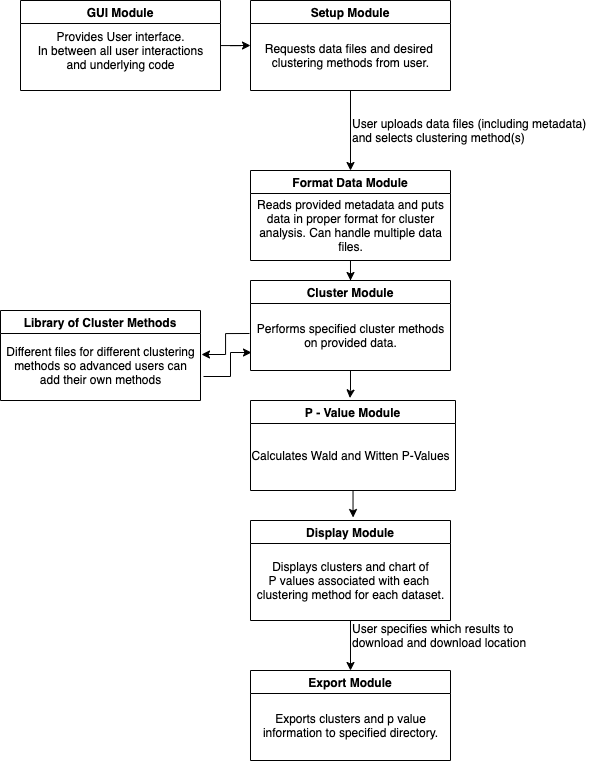
CarsonJM/cluster_pval keeps this draw.io diagram as doc/Component_Diagram.png. Above is the earlier version. Source tidied: cells renumbered, new cells last; positions are measured from the earlier drawing's top-left corner, leaving out a move shared by most shapes.
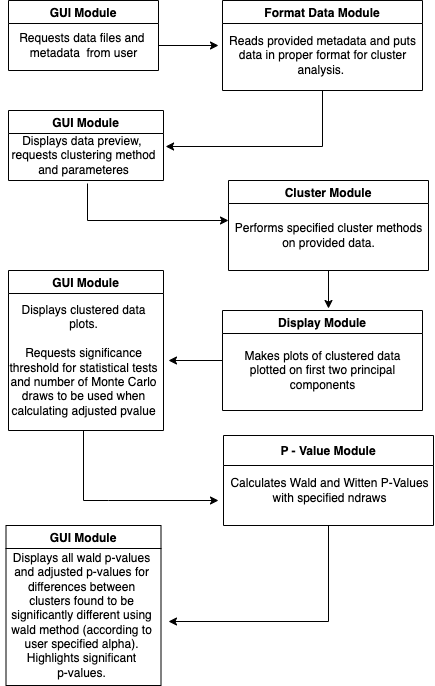
After the change.

Commit message:
Update component diagram

Diff of the diagram source:
```diff
@@ -2,93 +2,113 @@
   <root>
     <mxCell id="0" />
     <mxCell id="1" parent="0" />
-    <mxCell id="2" style="edgeStyle=orthogonalEdgeStyle;rounded=0;jettySize=auto;html=1;fontColor=default;" parent="1" edge="1" source="3" target="6">
-      <mxGeometry relative="1" as="geometry" />
-    </mxCell>
-    <mxCell id="3" value="Setup Module" style="swimlane;fontColor=default;fillColor=default;strokeColor=default;" parent="1" vertex="1">
-      <mxGeometry x="250" width="200" height="90" as="geometry" />
-    </mxCell>
-    <mxCell id="4" value="Requests data files and desired &lt;br&gt;clustering methods from user." style="text;html=1;align=center;verticalAlign=middle;strokeColor=none;fillColor=none;fontColor=default;" parent="3" vertex="1">
-      <mxGeometry x="10" y="40" width="180" height="30" as="geometry" />
-    </mxCell>
-    <mxCell id="5" style="edgeStyle=orthogonalEdgeStyle;rounded=0;jettySize=auto;html=1;fontColor=default;" parent="1" edge="1" source="6" target="10">
-      <mxGeometry relative="1" as="geometry" />
+    <mxCell id="5" style="edgeStyle=orthogonalEdgeStyle;rounded=0;jettySize=auto;html=1;fontColor=default;entryX=1.013;entryY=0.32;entryDx=0;entryDy=0;entryPerimeter=0;" parent="1" edge="1" source="6" target="35">
+      <mxGeometry relative="1" as="geometry">
+        <Array as="points">
+          <mxPoint x="324" y="166" />
+        </Array>
+      </mxGeometry>
     </mxCell>
     <mxCell id="6" value="Format Data Module" style="swimlane;fontColor=default;fillColor=default;strokeColor=default;" parent="1" vertex="1">
-      <mxGeometry x="250" y="170" width="200" height="90" as="geometry" />
+      <mxGeometry x="224" y="20" width="200" height="90" as="geometry" />
     </mxCell>
-    <mxCell id="7" value="Reads provided metadata and puts&lt;br&gt;data in proper format for cluster&lt;br&gt;analysis. Can handle multiple data&lt;br&gt;files." style="text;html=1;align=center;verticalAlign=middle;strokeColor=none;fillColor=none;fontColor=default;" parent="6" vertex="1">
-      <mxGeometry y="25" width="200" height="60" as="geometry" />
+    <mxCell id="7" value="Reads provided metadata and puts&lt;br&gt;data in proper format for cluster&lt;br&gt;analysis.&amp;nbsp;" style="text;html=1;align=center;verticalAlign=middle;strokeColor=none;fillColor=none;fontColor=default;" parent="6" vertex="1">
+      <mxGeometry y="30" width="200" height="50" as="geometry" />
     </mxCell>
-    <mxCell id="8" value="User uploads data files (including metadata) &lt;br&gt;and selects clustering method(s)" style="text;html=1;align=left;verticalAlign=middle;strokeColor=none;fillColor=none;fontColor=default;" parent="1" vertex="1">
-      <mxGeometry x="350" y="115" width="250" height="30" as="geometry" />
-    </mxCell>
-    <mxCell id="9" style="edgeStyle=orthogonalEdgeStyle;rounded=0;jettySize=auto;html=1;labelBackgroundColor=default;fontColor=default;strokeColor=default;entryX=0.485;entryY=-0.028;entryDx=0;entryDy=0;entryPerimeter=0;" parent="1" edge="1" source="10" target="26">
-      <mxGeometry relative="1" as="geometry" />
-    </mxCell>
+    <mxCell id="28" style="edgeStyle=orthogonalEdgeStyle;rounded=0;jettySize=auto;html=1;" parent="1" edge="1" source="10">
+      <mxGeometry relative="1" as="geometry">
+        <mxPoint x="330" y="328" as="targetPoint" />
+      </mxGeometry>
+    </mxCell>
     <mxCell id="10" value="Cluster Module" style="swimlane;fontColor=default;fillColor=default;strokeColor=default;" parent="1" vertex="1">
-      <mxGeometry x="250" y="280" width="200" height="90" as="geometry" />
+      <mxGeometry x="230" y="200" width="200" height="90" as="geometry" />
     </mxCell>
     <mxCell id="11" value="Performs specified cluster methods&lt;br&gt;on provided data." style="text;html=1;align=center;verticalAlign=middle;points=[];strokeColor=none;fillColor=none;fontColor=default;" parent="10" vertex="1">
       <mxGeometry y="40" width="200" height="30" as="geometry" />
     </mxCell>
-    <mxCell id="12" value="Library of Cluster Methods" style="swimlane;fontColor=default;fillColor=default;strokeColor=default;" parent="1" vertex="1">
-      <mxGeometry y="310" width="200" height="90" as="geometry" />
-    </mxCell>
-    <mxCell id="13" value="Different files for different clustering&lt;br&gt;methods so advanced users can&lt;br&gt;add their own methods" style="text;html=1;align=center;verticalAlign=middle;points=[];strokeColor=none;fillColor=none;fontColor=default;" parent="12" vertex="1">
-      <mxGeometry y="30" width="200" height="50" as="geometry" />
-    </mxCell>
-    <mxCell id="14" style="edgeStyle=orthogonalEdgeStyle;rounded=0;jettySize=auto;html=1;labelBackgroundColor=default;fontColor=default;strokeColor=default;" parent="1" edge="1" source="15" target="17">
-      <mxGeometry relative="1" as="geometry" />
-    </mxCell>
+    <mxCell id="29" style="edgeStyle=orthogonalEdgeStyle;rounded=0;jettySize=auto;html=1;" parent="1" edge="1" source="15">
+      <mxGeometry relative="1" as="geometry">
+        <mxPoint x="170" y="380" as="targetPoint" />
+      </mxGeometry>
+    </mxCell>
     <mxCell id="15" value="Display Module" style="swimlane;fontColor=default;fillColor=default;strokeColor=default;" parent="1" vertex="1">
-      <mxGeometry x="250" y="520" width="200" height="100" as="geometry" />
+      <mxGeometry x="224" y="330" width="200" height="100" as="geometry" />
     </mxCell>
-    <mxCell id="16" value="Displays clusters and chart of&lt;br&gt;P values associated with each&amp;nbsp;&lt;br&gt;clustering method for each dataset." style="text;html=1;align=center;verticalAlign=middle;strokeColor=none;fillColor=none;fontColor=default;" parent="15" vertex="1">
-      <mxGeometry y="35" width="200" height="50" as="geometry" />
+    <mxCell id="16" value="Makes plots of clustered data&lt;br&gt;plotted on first two principal&lt;br&gt;components" style="text;html=1;align=center;verticalAlign=middle;strokeColor=none;fillColor=none;fontColor=default;" parent="15" vertex="1">
+      <mxGeometry x="15" y="35" width="170" height="50" as="geometry" />
     </mxCell>
-    <mxCell id="17" value="Export Module" style="swimlane;fontColor=default;fillColor=default;strokeColor=default;" parent="1" vertex="1">
-      <mxGeometry x="250" y="670" width="200" height="90" as="geometry" />
-    </mxCell>
-    <mxCell id="18" value="Exports clusters and p value&lt;br&gt;information to specified directory." style="text;html=1;align=center;verticalAlign=middle;strokeColor=none;fillColor=none;fontColor=default;" parent="17" vertex="1">
-      <mxGeometry x="5" y="40" width="190" height="30" as="geometry" />
-    </mxCell>
-    <mxCell id="19" value="User specifies which results to &lt;br&gt;download and download location" style="text;html=1;align=left;verticalAlign=middle;strokeColor=none;fillColor=none;fontColor=default;" parent="1" vertex="1">
-      <mxGeometry x="350" y="620" width="190" height="30" as="geometry" />
-    </mxCell>
-    <mxCell id="20" style="edgeStyle=orthogonalEdgeStyle;rounded=0;jettySize=auto;html=1;entryX=0;entryY=0.5;entryDx=0;entryDy=0;labelBackgroundColor=default;fontColor=default;strokeColor=default;" parent="1" edge="1" source="21" target="3">
-      <mxGeometry relative="1" as="geometry" />
-    </mxCell>
     <mxCell id="21" value="GUI Module" style="swimlane;fontColor=default;fillColor=default;strokeColor=default;" parent="1" vertex="1">
-      <mxGeometry x="20" width="200" height="90" as="geometry" />
+      <mxGeometry x="10" y="20" width="150" height="70" as="geometry" />
     </mxCell>
-    <mxCell id="22" value="Provides User interface.&lt;br&gt;In between all user interactions&lt;br&gt;and underlying code" style="text;html=1;align=center;verticalAlign=middle;strokeColor=none;fillColor=none;fontColor=default;" parent="21" vertex="1">
-      <mxGeometry x="10" y="25" width="180" height="50" as="geometry" />
+    <mxCell id="22" value="&lt;span style=&quot;color: rgba(0 , 0 , 0 , 0) ; font-family: monospace ; font-size: 0px&quot;&gt;%3CmxGraphModel%3E%3Croot%3E%3CmxCell%20id%3D%220%22%2F%3E%3CmxCell%20id%3D%221%22%20parent%3D%220%22%2F%3E%3CmxCell%20id%3D%222%22%20value%3D%22Requests%20data%20files%20and%20%26lt%3Bbr%26gt%3Bmetadata%26amp%3Bnbsp%3B%20from%20user%22%20style%3D%22text%3Bhtml%3D1%3Balign%3Dcenter%3BverticalAlign%3Dmiddle%3Bresizable%3D0%3Bpoints%3D%5B%5D%3Bautosize%3D1%3BstrokeColor%3Dnone%3BfillColor%3Dnone%3BfontColor%3Ddefault%3B%22%20vertex%3D%221%22%20parent%3D%221%22%3E%3CmxGeometry%20x%3D%22140%22%20y%3D%2260%22%20width%3D%22140%22%20height%3D%2230%22%20as%3D%22geometry%22%2F%3E%3C%2FmxCell%3E%3C%2Froot%3E%3C%2FmxGraphModel%3E&lt;/span&gt;" style="text;html=1;align=center;verticalAlign=middle;strokeColor=none;fillColor=none;fontColor=default;" parent="21" vertex="1">
+      <mxGeometry x="90" y="45" width="20" height="20" as="geometry" />
     </mxCell>
-    <mxCell id="23" style="edgeStyle=orthogonalEdgeStyle;rounded=0;jettySize=auto;html=1;entryX=1.005;entryY=0.28;entryDx=0;entryDy=0;labelBackgroundColor=default;fontColor=default;strokeColor=default;entryPerimeter=0;exitX=-0.005;exitY=0.433;exitDx=0;exitDy=0;exitPerimeter=0;" parent="1" edge="1" source="11" target="13">
-      <mxGeometry relative="1" as="geometry">
-        <Array as="points">
-          <mxPoint x="225" y="333" />
-          <mxPoint x="225" y="354" />
-        </Array>
-      </mxGeometry>
-    </mxCell>
-    <mxCell id="24" style="edgeStyle=orthogonalEdgeStyle;rounded=0;jettySize=auto;html=1;labelBackgroundColor=default;fontColor=default;strokeColor=default;exitX=1.015;exitY=0.72;exitDx=0;exitDy=0;exitPerimeter=0;entryX=0.005;entryY=1.067;entryDx=0;entryDy=0;entryPerimeter=0;" parent="1" edge="1" source="13" target="11">
-      <mxGeometry relative="1" as="geometry">
-        <Array as="points">
-          <mxPoint x="230" y="376" />
-          <mxPoint x="230" y="352" />
-        </Array>
-      </mxGeometry>
-    </mxCell>
-    <mxCell id="25" style="edgeStyle=orthogonalEdgeStyle;rounded=0;jettySize=auto;html=1;labelBackgroundColor=default;fontColor=default;strokeColor=default;entryX=0.513;entryY=-0.03;entryDx=0;entryDy=0;entryPerimeter=0;" parent="1" edge="1" source="26" target="15">
-      <mxGeometry relative="1" as="geometry" />
-    </mxCell>
+    <mxCell id="30" value="Requests data files and &lt;br&gt;metadata&amp;nbsp; from user" style="text;html=1;align=center;verticalAlign=middle;strokeColor=none;fillColor=none;fontColor=default;" parent="21" vertex="1">
+      <mxGeometry x="5" y="30" width="140" height="30" as="geometry" />
+    </mxCell>
+    <mxCell id="31" style="edgeStyle=orthogonalEdgeStyle;rounded=0;jettySize=auto;html=1;" parent="1" edge="1" source="26">
+      <mxGeometry relative="1" as="geometry">
+        <mxPoint x="170" y="641" as="targetPoint" />
+        <Array as="points">
+          <mxPoint x="330" y="641" />
+        </Array>
+      </mxGeometry>
+    </mxCell>
-    <mxCell id="26" value="P - Value Module" style="swimlane;fontColor=default;fillColor=default;strokeColor=default;" parent="1" vertex="1">
-      <mxGeometry x="250" y="400" width="205" height="90" as="geometry" />
+    <mxCell id="26" value="P - Value Module" style="swimlane;fontColor=default;fillColor=default;strokeColor=default;startSize=30;" parent="1" vertex="1">
+      <mxGeometry x="225" y="455" width="210" height="90" as="geometry" />
     </mxCell>
-    <mxCell id="27" value="Calculates Wald and Witten P-Values" style="text;html=1;align=center;verticalAlign=middle;strokeColor=none;fillColor=none;fontColor=default;" parent="26" vertex="1">
-      <mxGeometry x="-5" y="45" width="210" height="20" as="geometry" />
+    <mxCell id="27" value="Calculates Wald and Witten P-Values&lt;br&gt;with specified ndraws" style="text;html=1;align=center;verticalAlign=middle;strokeColor=none;fillColor=none;fontColor=default;" parent="26" vertex="1">
+      <mxGeometry x="1" y="40" width="210" height="30" as="geometry" />
     </mxCell>
+    <mxCell id="32" style="edgeStyle=orthogonalEdgeStyle;rounded=0;orthogonalLoop=1;jettySize=auto;html=1;" parent="1" edge="1">
+      <mxGeometry relative="1" as="geometry">
+        <mxPoint x="160" y="65" as="sourcePoint" />
+        <mxPoint x="220" y="65" as="targetPoint" />
+      </mxGeometry>
+    </mxCell>
+    <mxCell id="33" value="GUI Module" style="swimlane;fontColor=default;fillColor=default;strokeColor=default;" parent="1" vertex="1">
+      <mxGeometry x="10" y="130" width="155" height="70" as="geometry" />
+    </mxCell>
+    <mxCell id="34" value="&lt;span style=&quot;color: rgba(0 , 0 , 0 , 0) ; font-family: monospace ; font-size: 0px&quot;&gt;%3CmxGraphModel%3E%3Croot%3E%3CmxCell%20id%3D%220%22%2F%3E%3CmxCell%20id%3D%221%22%20parent%3D%220%22%2F%3E%3CmxCell%20id%3D%222%22%20value%3D%22Requests%20data%20files%20and%20%26lt%3Bbr%26gt%3Bmetadata%26amp%3Bnbsp%3B%20from%20user%22%20style%3D%22text%3Bhtml%3D1%3Balign%3Dcenter%3BverticalAlign%3Dmiddle%3Bresizable%3D0%3Bpoints%3D%5B%5D%3Bautosize%3D1%3BstrokeColor%3Dnone%3BfillColor%3Dnone%3BfontColor%3Ddefault%3B%22%20vertex%3D%221%22%20parent%3D%221%22%3E%3CmxGeometry%20x%3D%22140%22%20y%3D%2260%22%20width%3D%22140%22%20height%3D%2230%22%20as%3D%22geometry%22%2F%3E%3C%2FmxCell%3E%3C%2Froot%3E%3C%2FmxGraphModel%3E&lt;/span&gt;" style="text;html=1;align=center;verticalAlign=middle;strokeColor=none;fillColor=none;fontColor=default;" parent="33" vertex="1">
+      <mxGeometry x="90" y="45" width="20" height="20" as="geometry" />
+    </mxCell>
+    <mxCell id="35" value="Displays data preview,&amp;nbsp;&lt;br&gt;requests clustering method&lt;br&gt;and parameteres" style="text;html=1;align=center;verticalAlign=middle;points=[];strokeColor=none;fillColor=none;fontColor=default;" parent="33" vertex="1">
+      <mxGeometry x="-5" y="20" width="160" height="50" as="geometry" />
+    </mxCell>
+    <mxCell id="36" style="edgeStyle=orthogonalEdgeStyle;rounded=0;jettySize=auto;html=1;exitX=0.525;exitY=1.06;exitDx=0;exitDy=0;exitPerimeter=0;" parent="1" edge="1" source="35" target="11">
+      <mxGeometry relative="1" as="geometry">
+        <Array as="points">
+          <mxPoint x="89" y="240" />
+        </Array>
+      </mxGeometry>
+    </mxCell>
+    <mxCell id="37" value="GUI Module" style="swimlane;fontColor=default;fillColor=default;strokeColor=default;" parent="1" vertex="1">
+      <mxGeometry x="10" y="290" width="155" height="160" as="geometry" />
+    </mxCell>
+    <mxCell id="38" value="&lt;span style=&quot;color: rgba(0 , 0 , 0 , 0) ; font-family: monospace ; font-size: 0px&quot;&gt;%3CmxGraphModel%3E%3Croot%3E%3CmxCell%20id%3D%220%22%2F%3E%3CmxCell%20id%3D%221%22%20parent%3D%220%22%2F%3E%3CmxCell%20id%3D%222%22%20value%3D%22Requests%20data%20files%20and%20%26lt%3Bbr%26gt%3Bmetadata%26amp%3Bnbsp%3B%20from%20user%22%20style%3D%22text%3Bhtml%3D1%3Balign%3Dcenter%3BverticalAlign%3Dmiddle%3Bresizable%3D0%3Bpoints%3D%5B%5D%3Bautosize%3D1%3BstrokeColor%3Dnone%3BfillColor%3Dnone%3BfontColor%3Ddefault%3B%22%20vertex%3D%221%22%20parent%3D%221%22%3E%3CmxGeometry%20x%3D%22140%22%20y%3D%2260%22%20width%3D%22140%22%20height%3D%2230%22%20as%3D%22geometry%22%2F%3E%3C%2FmxCell%3E%3C%2Froot%3E%3C%2FmxGraphModel%3E&lt;/span&gt;" style="text;html=1;align=center;verticalAlign=middle;strokeColor=none;fillColor=none;fontColor=default;" parent="37" vertex="1">
+      <mxGeometry x="90" y="45" width="20" height="20" as="geometry" />
+    </mxCell>
+    <mxCell id="39" value="Displays clustered data&lt;br&gt;plots.&lt;br&gt;&lt;br&gt;Requests significance&lt;br&gt;threshold for statistical tests&lt;br&gt;and number of Monte Carlo&lt;br&gt;draws to be used when&lt;br&gt;calculating adjusted pvalue" style="text;html=1;align=center;verticalAlign=middle;strokeColor=none;fillColor=none;fontColor=default;" parent="37" vertex="1">
+      <mxGeometry x="-5" y="30" width="160" height="120" as="geometry" />
+    </mxCell>
+    <mxCell id="40" style="edgeStyle=orthogonalEdgeStyle;rounded=0;orthogonalLoop=1;jettySize=auto;html=1;" parent="1" edge="1">
+      <mxGeometry relative="1" as="geometry">
+        <mxPoint x="85" y="450" as="sourcePoint" />
+        <mxPoint x="220" y="520" as="targetPoint" />
+        <Array as="points">
+          <mxPoint x="85" y="520" />
+          <mxPoint x="110" y="520" />
+        </Array>
+      </mxGeometry>
+    </mxCell>
+    <mxCell id="41" value="GUI Module" style="swimlane;fontColor=default;fillColor=default;strokeColor=default;" parent="1" vertex="1">
+      <mxGeometry x="7.5" y="545" width="155" height="160" as="geometry" />
+    </mxCell>
+    <mxCell id="42" value="&lt;span style=&quot;color: rgba(0 , 0 , 0 , 0) ; font-family: monospace ; font-size: 0px&quot;&gt;%3CmxGraphModel%3E%3Croot%3E%3CmxCell%20id%3D%220%22%2F%3E%3CmxCell%20id%3D%221%22%20parent%3D%220%22%2F%3E%3CmxCell%20id%3D%222%22%20value%3D%22Requests%20data%20files%20and%20%26lt%3Bbr%26gt%3Bmetadata%26amp%3Bnbsp%3B%20from%20user%22%20style%3D%22text%3Bhtml%3D1%3Balign%3Dcenter%3BverticalAlign%3Dmiddle%3Bresizable%3D0%3Bpoints%3D%5B%5D%3Bautosize%3D1%3BstrokeColor%3Dnone%3BfillColor%3Dnone%3BfontColor%3Ddefault%3B%22%20vertex%3D%221%22%20parent%3D%221%22%3E%3CmxGeometry%20x%3D%22140%22%20y%3D%2260%22%20width%3D%22140%22%20height%3D%2230%22%20as%3D%22geometry%22%2F%3E%3C%2FmxCell%3E%3C%2Froot%3E%3C%2FmxGraphModel%3E&lt;/span&gt;" style="text;html=1;align=center;verticalAlign=middle;strokeColor=none;fillColor=none;fontColor=default;" parent="41" vertex="1">
+      <mxGeometry x="90" y="45" width="20" height="20" as="geometry" />
+    </mxCell>
+    <mxCell id="43" value="Displays all wald p-values&lt;br&gt;and adjusted p-values for&lt;br&gt;differences between&lt;br&gt;clusters found to be&lt;br&gt;significantly different using&lt;br&gt;wald method (according to&lt;br&gt;user specified alpha).&lt;br&gt;Highlights significant&lt;br&gt;p-values." style="text;html=1;align=center;verticalAlign=middle;strokeColor=none;fillColor=none;fontColor=default;" parent="41" vertex="1">
+      <mxGeometry x="-5" y="25" width="160" height="130" as="geometry" />
+    </mxCell>
   </root>
 </mxGraphModel>
```
